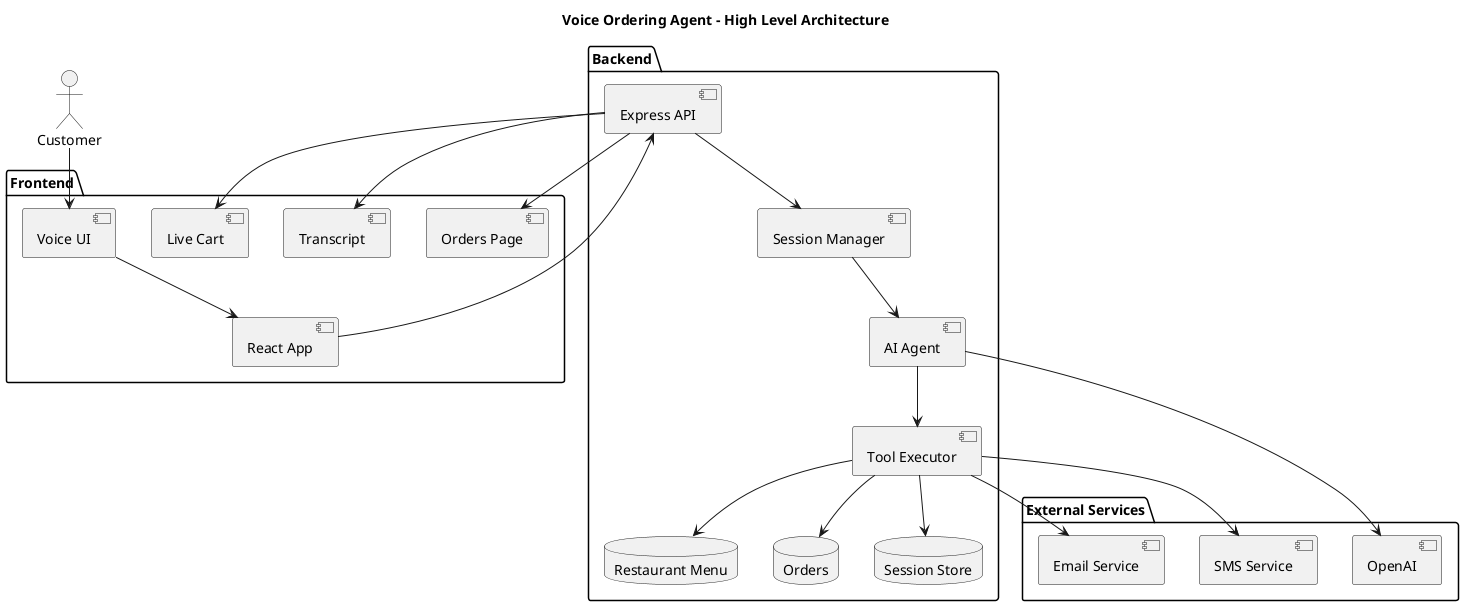
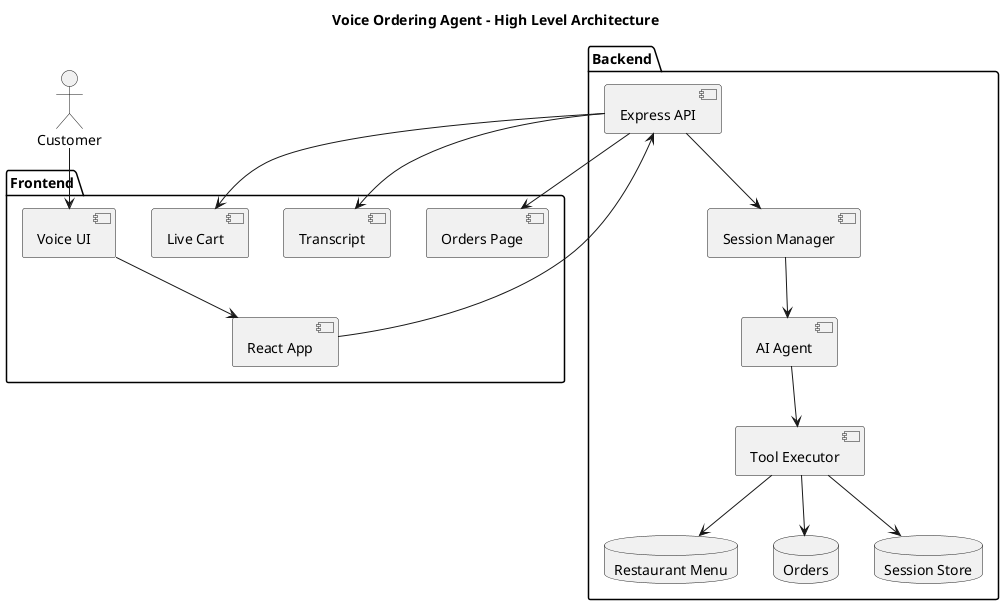
@startuml
title Voice Ordering Agent - High Level Architecture

actor Customer

package "Frontend" {
  [React App]
  [Voice UI]
  [Transcript]
  [Live Cart]
  [Orders Page]
}

package "Backend" {

  [Express API]

  [Session Manager]

  [AI Agent]

  [Tool Executor]

  database "Restaurant Menu"

  database "Orders"

  database "Session Store"

}

- package "External Services" {

-   [OpenAI]
- 
-   [SMS Service]
- 
-   [Email Service]
- 
- }

Customer --> [Voice UI]

[Voice UI] --> [React App]

[React App] --> [Express API]

[Express API] --> [Session Manager]

[Session Manager] --> [AI Agent]

- [AI Agent] --> [OpenAI]

[AI Agent] --> [Tool Executor]

[Tool Executor] --> "Restaurant Menu"

[Tool Executor] --> "Orders"

[Tool Executor] --> "Session Store"

- [Tool Executor] --> [SMS Service]
- 
- [Tool Executor] --> [Email Service]

[Express API] --> [Transcript]

[Express API] --> [Live Cart]

[Express API] --> [Orders Page]

@enduml